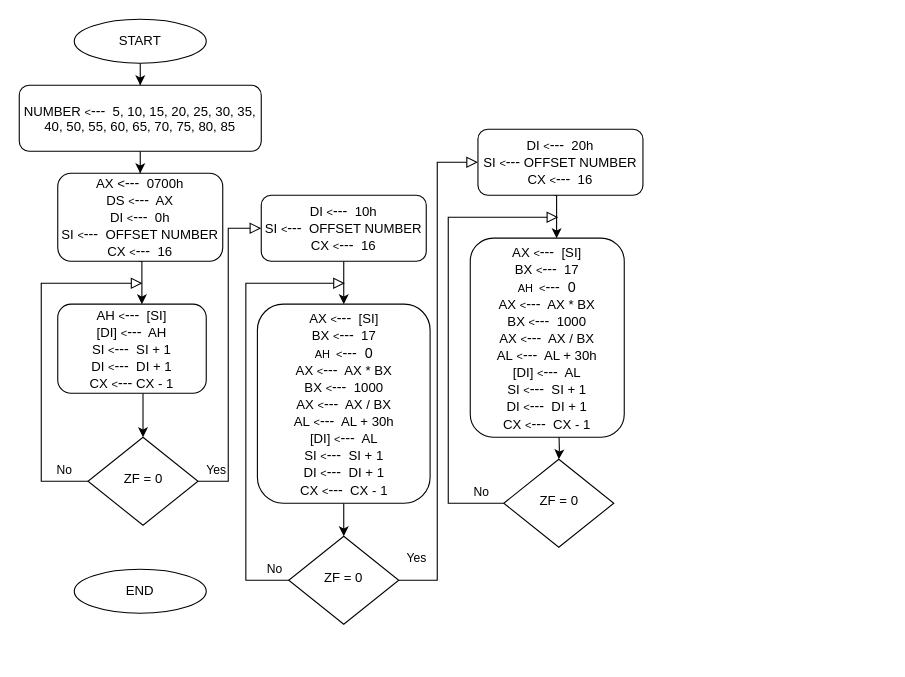
Before: micro4.drawio in mmuurraatt/My-Projects-On-Github, a draw.io diagram. Source tidied: cells renumbered, new cells numbered last; positions are measured from the earlier drawing's top-left corner, leaving out a move shared by most shapes. Both pictures are drawn from the tidied source at 110%, with x=0, y=0 at pixel (19, 19).
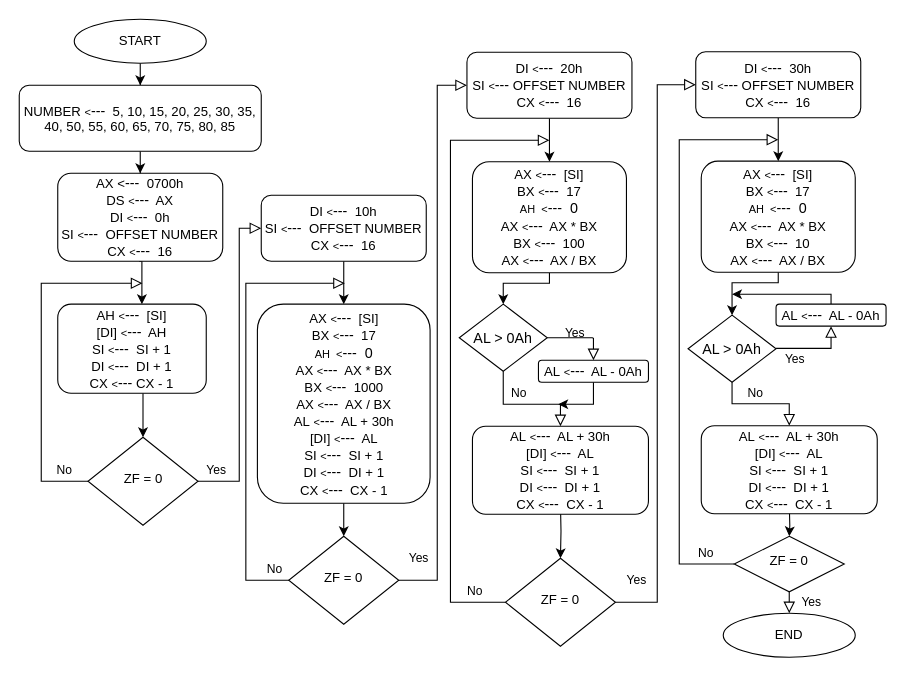
After the change.

The change refers to these unchanged cells:
```xml
<mxCell id="6" value="ZF = 0" style="rhombus;whiteSpace=wrap;html=1;shadow=0;fontFamily=Helvetica;fontSize=12;align=center;strokeWidth=1;spacing=6;spacingTop=-4;" parent="1" vertex="1">
  <mxGeometry x="62.5" y="380" width="100" height="80" as="geometry" />
</mxCell>
<mxCell id="16" value="DI&amp;nbsp;&lt;font style=&quot;font-size: 10px&quot;&gt;&amp;lt;&lt;/font&gt;&lt;font style=&quot;font-size: 13px&quot;&gt;---&lt;/font&gt;&amp;nbsp; 10h&lt;br&gt;SI&amp;nbsp;&lt;font style=&quot;font-size: 10px&quot;&gt;&amp;lt;&lt;/font&gt;&lt;font style=&quot;font-size: 13px&quot;&gt;---&lt;/font&gt;&amp;nbsp; OFFSET NUMBER&lt;br&gt;CX&amp;nbsp;&lt;font style=&quot;font-size: 10px&quot;&gt;&amp;lt;&lt;/font&gt;&lt;font style=&quot;font-size: 13px&quot;&gt;---&lt;/font&gt;&amp;nbsp; 16" style="rounded=1;whiteSpace=wrap;html=1;fontSize=12;glass=0;strokeWidth=1;shadow=0;" parent="1" vertex="1">
  <mxGeometry x="220" y="160" width="150" height="60" as="geometry" />
</mxCell>
<mxCell id="19" value="ZF = 0" style="rhombus;whiteSpace=wrap;html=1;shadow=0;fontFamily=Helvetica;fontSize=12;align=center;strokeWidth=1;spacing=6;spacingTop=-4;" parent="1" vertex="1">
  <mxGeometry x="245" y="470" width="100" height="80" as="geometry" />
</mxCell>
```

What changed in the source:
```diff
@@
     <mxCell id="4" value="Yes" style="rounded=0;html=1;jettySize=auto;fontSize=11;endArrow=block;endFill=0;endSize=8;strokeWidth=1;shadow=0;labelBackgroundColor=none;edgeStyle=orthogonalEdgeStyle;entryX=0;entryY=0.5;entryDx=0;entryDy=0;" parent="1" edge="1" source="6" target="16">
       <mxGeometry x="-0.89" y="10" relative="1" as="geometry">
         <Array as="points">
-          <mxPoint x="190" y="420" />
-          <mxPoint x="190" y="190" />
+          <mxPoint x="200" y="420" />
+          <mxPoint x="200" y="190" />
         </Array>
       </mxGeometry>
     </mxCell>
@@
     <mxCell id="14" value="END" style="ellipse;whiteSpace=wrap;html=1;" parent="1" vertex="1">
-      <mxGeometry x="50" y="500" width="120" height="40" as="geometry" />
+      <mxGeometry x="640" y="540" width="120" height="40" as="geometry" />
     </mxCell>
@@
     <mxCell id="17" value="Yes" style="rounded=0;html=1;jettySize=auto;fontSize=11;endArrow=block;endFill=0;endSize=8;strokeWidth=1;shadow=0;labelBackgroundColor=none;edgeStyle=orthogonalEdgeStyle;entryX=0;entryY=0.5;entryDx=0;entryDy=0;" parent="1" edge="1" source="19" target="24">
       <mxGeometry x="-0.93" y="20" relative="1" as="geometry">
         <Array as="points">
           <mxPoint x="380" y="510" />
-          <mxPoint x="380" y="130" />
+          <mxPoint x="380" y="60" />
         </Array>
       </mxGeometry>
     </mxCell>
@@
-    <mxCell id="23" style="edgeStyle=orthogonalEdgeStyle;rounded=0;orthogonalLoop=1;jettySize=auto;html=1;fontSize=12;" parent="1" edge="1">
-      <mxGeometry relative="1" as="geometry">
-        <mxPoint x="486" y="160" as="sourcePoint" />
-        <mxPoint x="488.5" y="199" as="targetPoint" />
-      </mxGeometry>
-    </mxCell>
+    <mxCell id="30" style="edgeStyle=orthogonalEdgeStyle;rounded=0;jettySize=auto;html=1;fontSize=13;" parent="1" edge="1" source="24" target="29">
+      <mxGeometry relative="1" as="geometry" />
+    </mxCell>
     <mxCell id="24" value="DI&amp;nbsp;&lt;font style=&quot;font-size: 10px&quot;&gt;&amp;lt;&lt;/font&gt;&lt;font style=&quot;font-size: 13px&quot;&gt;---&lt;/font&gt;&amp;nbsp; 20h&lt;br&gt;SI&amp;nbsp;&lt;font style=&quot;font-size: 10px&quot;&gt;&amp;lt;&lt;/font&gt;&lt;font style=&quot;font-size: 13px&quot;&gt;---&lt;/font&gt;&amp;nbsp;OFFSET NUMBER&lt;br&gt;CX&amp;nbsp;&lt;font style=&quot;font-size: 10px&quot;&gt;&amp;lt;&lt;/font&gt;&lt;font style=&quot;font-size: 13px&quot;&gt;---&lt;/font&gt;&amp;nbsp; 16" style="rounded=1;whiteSpace=wrap;html=1;fontSize=12;glass=0;strokeWidth=1;shadow=0;" parent="1" vertex="1">
-      <mxGeometry x="417" y="100" width="150" height="60" as="geometry" />
+      <mxGeometry x="407" y="30" width="150" height="60" as="geometry" />
     </mxCell>
     <mxCell id="25" value="No" style="edgeStyle=orthogonalEdgeStyle;rounded=0;html=1;jettySize=auto;fontSize=11;endArrow=block;endFill=0;endSize=8;strokeWidth=1;shadow=0;labelBackgroundColor=none;exitX=0;exitY=0.5;exitDx=0;exitDy=0;" parent="1" edge="1" source="26">
       <mxGeometry x="-0.9" y="-10" relative="1" as="geometry">
-        <mxPoint x="490" y="180" as="targetPoint" />
+        <mxPoint x="482" y="110" as="targetPoint" />
         <Array as="points">
-          <mxPoint x="390" y="440" />
-          <mxPoint x="390" y="180" />
+          <mxPoint x="392" y="530" />
+          <mxPoint x="392" y="110" />
         </Array>
       </mxGeometry>
     </mxCell>
     <mxCell id="26" value="ZF = 0" style="rhombus;whiteSpace=wrap;html=1;shadow=0;fontFamily=Helvetica;fontSize=12;align=center;strokeWidth=1;spacing=6;spacingTop=-4;" parent="1" vertex="1">
-      <mxGeometry x="440.5" y="400" width="100" height="80" as="geometry" />
+      <mxGeometry x="442" y="490" width="100" height="80" as="geometry" />
     </mxCell>
@@
     <mxCell id="28" style="edgeStyle=orthogonalEdgeStyle;rounded=0;jettySize=auto;html=1;" parent="1" edge="1" target="26">
       <mxGeometry relative="1" as="geometry">
-        <mxPoint x="490.5" y="370" as="sourcePoint" />
+        <mxPoint x="492" y="440" as="sourcePoint" />
       </mxGeometry>
     </mxCell>
+    <mxCell id="31" style="edgeStyle=orthogonalEdgeStyle;rounded=0;jettySize=auto;html=1;fontSize=13;" parent="1" edge="1" source="29" target="32">
+      <mxGeometry relative="1" as="geometry">
+        <Array as="points">
+          <mxPoint x="482" y="240" />
+          <mxPoint x="440" y="240" />
+        </Array>
+      </mxGeometry>
+    </mxCell>
-    <mxCell id="29" value="AX&amp;nbsp;&lt;font style=&quot;font-size: 10px&quot;&gt;&amp;lt;&lt;/font&gt;&lt;font style=&quot;font-size: 13px&quot;&gt;---&lt;/font&gt;&amp;nbsp; [SI]&lt;br&gt;BX&amp;nbsp;&lt;font style=&quot;font-size: 10px&quot;&gt;&amp;lt;&lt;/font&gt;&lt;font style=&quot;font-size: 13px&quot;&gt;---&lt;/font&gt;&amp;nbsp; 17&lt;br&gt;&lt;font style=&quot;font-size: 10px&quot;&gt;AH&amp;nbsp; &amp;lt;&lt;/font&gt;&lt;font style=&quot;font-size: 13px&quot;&gt;---&amp;nbsp; 0&lt;/font&gt;&lt;br&gt;AX&amp;nbsp;&lt;font style=&quot;font-size: 10px&quot;&gt;&amp;lt;&lt;/font&gt;&lt;font style=&quot;font-size: 13px&quot;&gt;---&lt;/font&gt;&amp;nbsp; AX * BX&lt;br&gt;BX&amp;nbsp;&lt;font style=&quot;font-size: 10px&quot;&gt;&amp;lt;&lt;/font&gt;&lt;font style=&quot;font-size: 13px&quot;&gt;---&lt;/font&gt;&amp;nbsp; 1000&lt;br&gt;AX&amp;nbsp;&lt;font style=&quot;font-size: 10px&quot;&gt;&amp;lt;&lt;/font&gt;&lt;font style=&quot;font-size: 13px&quot;&gt;---&lt;/font&gt;&amp;nbsp; AX / BX&lt;br&gt;AL&amp;nbsp;&lt;font style=&quot;font-size: 10px&quot;&gt;&amp;lt;&lt;/font&gt;&lt;font style=&quot;font-size: 13px&quot;&gt;---&lt;/font&gt;&amp;nbsp; AL + 30h&lt;br&gt;[DI]&amp;nbsp;&lt;font style=&quot;font-size: 10px&quot;&gt;&amp;lt;&lt;/font&gt;&lt;font style=&quot;font-size: 13px&quot;&gt;---&lt;/font&gt;&amp;nbsp; AL&lt;br&gt;SI&amp;nbsp;&lt;font style=&quot;font-size: 10px&quot;&gt;&amp;lt;&lt;/font&gt;&lt;font style=&quot;font-size: 13px&quot;&gt;---&lt;/font&gt;&amp;nbsp; SI + 1&lt;br&gt;DI&amp;nbsp;&lt;font style=&quot;font-size: 10px&quot;&gt;&amp;lt;&lt;/font&gt;&lt;font style=&quot;font-size: 13px&quot;&gt;---&lt;/font&gt;&amp;nbsp; DI + 1&lt;br&gt;CX&amp;nbsp;&lt;font style=&quot;font-size: 10px&quot;&gt;&amp;lt;&lt;/font&gt;&lt;font style=&quot;font-size: 13px&quot;&gt;---&lt;/font&gt;&amp;nbsp; CX - 1" style="rounded=1;whiteSpace=wrap;html=1;fontSize=12;glass=0;strokeWidth=1;shadow=0;" parent="1" vertex="1">
-      <mxGeometry x="410" y="199" width="140" height="181" as="geometry" />
+    <mxCell id="29" value="AX&amp;nbsp;&lt;font style=&quot;font-size: 10px&quot;&gt;&amp;lt;&lt;/font&gt;&lt;font style=&quot;font-size: 13px&quot;&gt;---&lt;/font&gt;&amp;nbsp; [SI]&lt;br&gt;BX&amp;nbsp;&lt;font style=&quot;font-size: 10px&quot;&gt;&amp;lt;&lt;/font&gt;&lt;font style=&quot;font-size: 13px&quot;&gt;---&lt;/font&gt;&amp;nbsp; 17&lt;br&gt;&lt;font style=&quot;font-size: 10px&quot;&gt;AH&amp;nbsp; &amp;lt;&lt;/font&gt;&lt;font style=&quot;font-size: 13px&quot;&gt;---&amp;nbsp; 0&lt;/font&gt;&lt;br&gt;AX&amp;nbsp;&lt;font style=&quot;font-size: 10px&quot;&gt;&amp;lt;&lt;/font&gt;&lt;font style=&quot;font-size: 13px&quot;&gt;---&lt;/font&gt;&amp;nbsp; AX * BX&lt;br&gt;BX&amp;nbsp;&lt;font style=&quot;font-size: 10px&quot;&gt;&amp;lt;&lt;/font&gt;&lt;font style=&quot;font-size: 13px&quot;&gt;---&lt;/font&gt;&amp;nbsp; 100&lt;br&gt;AX&amp;nbsp;&lt;font style=&quot;font-size: 10px&quot;&gt;&amp;lt;&lt;/font&gt;&lt;font style=&quot;font-size: 13px&quot;&gt;---&lt;/font&gt;&amp;nbsp; AX / BX" style="rounded=1;whiteSpace=wrap;html=1;fontSize=12;glass=0;strokeWidth=1;shadow=0;" parent="1" vertex="1">
+      <mxGeometry x="412" y="129.5" width="140" height="101" as="geometry" />
     </mxCell>
+    <mxCell id="32" value="AL &amp;gt; 0Ah" style="rhombus;whiteSpace=wrap;html=1;fontSize=13;" parent="1" vertex="1">
+      <mxGeometry x="400" y="259" width="80" height="61" as="geometry" />
+    </mxCell>
+    <mxCell id="33" value="&lt;span style=&quot;font-size: 12px&quot;&gt;AL&amp;nbsp;&lt;/span&gt;&lt;font style=&quot;font-size: 10px&quot;&gt;&amp;lt;&lt;/font&gt;&lt;font&gt;---&lt;/font&gt;&lt;span style=&quot;font-size: 12px&quot;&gt;&amp;nbsp; AL + 30h&lt;/span&gt;&lt;br style=&quot;font-size: 12px&quot;&gt;&lt;span style=&quot;font-size: 12px&quot;&gt;[DI]&amp;nbsp;&lt;/span&gt;&lt;font style=&quot;font-size: 10px&quot;&gt;&amp;lt;&lt;/font&gt;&lt;font&gt;---&lt;/font&gt;&lt;span style=&quot;font-size: 12px&quot;&gt;&amp;nbsp; AL&lt;/span&gt;&lt;br style=&quot;font-size: 12px&quot;&gt;&lt;span style=&quot;font-size: 12px&quot;&gt;SI&amp;nbsp;&lt;/span&gt;&lt;font style=&quot;font-size: 10px&quot;&gt;&amp;lt;&lt;/font&gt;&lt;font&gt;---&lt;/font&gt;&lt;span style=&quot;font-size: 12px&quot;&gt;&amp;nbsp; SI + 1&lt;/span&gt;&lt;br style=&quot;font-size: 12px&quot;&gt;&lt;span style=&quot;font-size: 12px&quot;&gt;DI&amp;nbsp;&lt;/span&gt;&lt;font style=&quot;font-size: 10px&quot;&gt;&amp;lt;&lt;/font&gt;&lt;font&gt;---&lt;/font&gt;&lt;span style=&quot;font-size: 12px&quot;&gt;&amp;nbsp; DI + 1&lt;/span&gt;&lt;br style=&quot;font-size: 12px&quot;&gt;&lt;span style=&quot;font-size: 12px&quot;&gt;CX&amp;nbsp;&lt;/span&gt;&lt;font style=&quot;font-size: 10px&quot;&gt;&amp;lt;&lt;/font&gt;&lt;font&gt;---&lt;/font&gt;&lt;span style=&quot;font-size: 12px&quot;&gt;&amp;nbsp; CX - 1&lt;/span&gt;" style="rounded=1;whiteSpace=wrap;html=1;fontSize=13;" parent="1" vertex="1">
+      <mxGeometry x="412" y="370" width="160" height="80" as="geometry" />
+    </mxCell>
+    <mxCell id="34" value="Yes" style="rounded=0;html=1;jettySize=auto;fontSize=11;endArrow=block;endFill=0;endSize=8;strokeWidth=1;shadow=0;labelBackgroundColor=none;edgeStyle=orthogonalEdgeStyle;exitX=1;exitY=0.5;exitDx=0;exitDy=0;entryX=0.5;entryY=0;entryDx=0;entryDy=0;" parent="1" edge="1" source="32" target="37">
+      <mxGeometry x="-0.2" y="5" relative="1" as="geometry">
+        <Array as="points">
+          <mxPoint x="521" y="289" />
+          <mxPoint x="522" y="290" />
+        </Array>
+      </mxGeometry>
+    </mxCell>
+    <mxCell id="35" value="No" style="edgeStyle=orthogonalEdgeStyle;rounded=0;html=1;jettySize=auto;fontSize=11;endArrow=block;endFill=0;endSize=8;strokeWidth=1;shadow=0;labelBackgroundColor=none;exitX=0.5;exitY=1;exitDx=0;exitDy=0;entryX=0.5;entryY=0;entryDx=0;entryDy=0;" parent="1" edge="1" source="32" target="33">
+      <mxGeometry x="-0.13" y="10" relative="1" as="geometry">
+        <Array as="points">
+          <mxPoint x="440" y="350" />
+          <mxPoint x="492" y="350" />
+        </Array>
+      </mxGeometry>
+    </mxCell>
+    <mxCell id="36" style="edgeStyle=orthogonalEdgeStyle;rounded=0;jettySize=auto;html=1;exitX=0.5;exitY=1;exitDx=0;exitDy=0;fontSize=13;" parent="1" edge="1" source="37">
+      <mxGeometry relative="1" as="geometry">
+        <mxPoint x="490" y="350" as="targetPoint" />
+        <Array as="points">
+          <mxPoint x="521" y="350" />
+          <mxPoint x="490" y="350" />
+        </Array>
+      </mxGeometry>
+    </mxCell>
+    <mxCell id="37" value="AL&amp;nbsp;&lt;font style=&quot;font-size: 10px&quot;&gt;&amp;lt;&lt;/font&gt;&lt;font style=&quot;font-size: 13px&quot;&gt;---&lt;/font&gt;&amp;nbsp; AL - 0Ah" style="rounded=1;whiteSpace=wrap;html=1;fontSize=12;glass=0;strokeWidth=1;shadow=0;" parent="1" vertex="1">
+      <mxGeometry x="472" y="310" width="100" height="20" as="geometry" />
+    </mxCell>
+    <mxCell id="38" style="edgeStyle=orthogonalEdgeStyle;rounded=0;jettySize=auto;html=1;fontSize=13;" parent="1" edge="1" source="39" target="45">
+      <mxGeometry relative="1" as="geometry" />
+    </mxCell>
+    <mxCell id="39" value="DI&amp;nbsp;&lt;font style=&quot;font-size: 10px&quot;&gt;&amp;lt;&lt;/font&gt;&lt;font style=&quot;font-size: 13px&quot;&gt;---&lt;/font&gt;&amp;nbsp; 30h&lt;br&gt;SI&amp;nbsp;&lt;font style=&quot;font-size: 10px&quot;&gt;&amp;lt;&lt;/font&gt;&lt;font style=&quot;font-size: 13px&quot;&gt;---&lt;/font&gt;&amp;nbsp;OFFSET NUMBER&lt;br&gt;CX&amp;nbsp;&lt;font style=&quot;font-size: 10px&quot;&gt;&amp;lt;&lt;/font&gt;&lt;font style=&quot;font-size: 13px&quot;&gt;---&lt;/font&gt;&amp;nbsp; 16" style="rounded=1;whiteSpace=wrap;html=1;fontSize=12;glass=0;strokeWidth=1;shadow=0;" parent="1" vertex="1">
+      <mxGeometry x="615" y="29.5" width="150" height="60" as="geometry" />
+    </mxCell>
+    <mxCell id="40" value="No" style="edgeStyle=orthogonalEdgeStyle;rounded=0;html=1;jettySize=auto;orthogonalLoop=1;fontSize=11;endArrow=block;endFill=0;endSize=8;strokeWidth=1;shadow=0;labelBackgroundColor=none;exitX=0;exitY=0.5;exitDx=0;exitDy=0;" parent="1" edge="1">
+      <mxGeometry x="-0.9" y="-10" relative="1" as="geometry">
+        <mxPoint x="650" y="495.2" as="sourcePoint" />
+        <mxPoint x="690" y="109.5" as="targetPoint" />
+        <Array as="points">
+          <mxPoint x="600" y="495" />
+          <mxPoint x="600" y="110" />
+        </Array>
+      </mxGeometry>
+    </mxCell>
+    <mxCell id="41" value="ZF = 0" style="rhombus;whiteSpace=wrap;html=1;shadow=0;fontFamily=Helvetica;fontSize=12;align=center;strokeWidth=1;spacing=6;spacingTop=-4;" parent="1" vertex="1">
+      <mxGeometry x="650" y="470" width="100" height="50.5" as="geometry" />
+    </mxCell>
+    <mxCell id="42" style="edgeStyle=orthogonalEdgeStyle;rounded=0;orthogonalLoop=1;jettySize=auto;html=1;exitX=0.5;exitY=1;exitDx=0;exitDy=0;fontSize=9;" parent="1" edge="1" source="39" target="39">
+      <mxGeometry relative="1" as="geometry" />
+    </mxCell>
+    <mxCell id="43" style="edgeStyle=orthogonalEdgeStyle;rounded=0;jettySize=auto;html=1;" parent="1" edge="1" target="41">
+      <mxGeometry relative="1" as="geometry">
+        <mxPoint x="700" y="439.5" as="sourcePoint" />
+      </mxGeometry>
+    </mxCell>
+    <mxCell id="44" style="edgeStyle=orthogonalEdgeStyle;rounded=0;jettySize=auto;html=1;fontSize=13;" parent="1" edge="1" source="45" target="46">
+      <mxGeometry relative="1" as="geometry">
+        <Array as="points">
+          <mxPoint x="690" y="239.5" />
+          <mxPoint x="648" y="239.5" />
+        </Array>
+      </mxGeometry>
+    </mxCell>
+    <mxCell id="45" value="AX&amp;nbsp;&lt;font style=&quot;font-size: 10px&quot;&gt;&amp;lt;&lt;/font&gt;&lt;font style=&quot;font-size: 13px&quot;&gt;---&lt;/font&gt;&amp;nbsp; [SI]&lt;br&gt;BX&amp;nbsp;&lt;font style=&quot;font-size: 10px&quot;&gt;&amp;lt;&lt;/font&gt;&lt;font style=&quot;font-size: 13px&quot;&gt;---&lt;/font&gt;&amp;nbsp; 17&lt;br&gt;&lt;font style=&quot;font-size: 10px&quot;&gt;AH&amp;nbsp; &amp;lt;&lt;/font&gt;&lt;font style=&quot;font-size: 13px&quot;&gt;---&amp;nbsp; 0&lt;/font&gt;&lt;br&gt;AX&amp;nbsp;&lt;font style=&quot;font-size: 10px&quot;&gt;&amp;lt;&lt;/font&gt;&lt;font style=&quot;font-size: 13px&quot;&gt;---&lt;/font&gt;&amp;nbsp; AX * BX&lt;br&gt;BX&amp;nbsp;&lt;font style=&quot;font-size: 10px&quot;&gt;&amp;lt;&lt;/font&gt;&lt;font style=&quot;font-size: 13px&quot;&gt;---&lt;/font&gt;&amp;nbsp; 10&lt;br&gt;AX&amp;nbsp;&lt;font style=&quot;font-size: 10px&quot;&gt;&amp;lt;&lt;/font&gt;&lt;font style=&quot;font-size: 13px&quot;&gt;---&lt;/font&gt;&amp;nbsp; AX / BX" style="rounded=1;whiteSpace=wrap;html=1;fontSize=12;glass=0;strokeWidth=1;shadow=0;" parent="1" vertex="1">
+      <mxGeometry x="620" y="129" width="140" height="101" as="geometry" />
+    </mxCell>
+    <mxCell id="46" value="AL &amp;gt; 0Ah" style="rhombus;whiteSpace=wrap;html=1;fontSize=13;" parent="1" vertex="1">
+      <mxGeometry x="608" y="269" width="80" height="61" as="geometry" />
+    </mxCell>
+    <mxCell id="47" value="&lt;span style=&quot;font-size: 12px&quot;&gt;AL&amp;nbsp;&lt;/span&gt;&lt;font style=&quot;font-size: 10px&quot;&gt;&amp;lt;&lt;/font&gt;&lt;font&gt;---&lt;/font&gt;&lt;span style=&quot;font-size: 12px&quot;&gt;&amp;nbsp; AL + 30h&lt;/span&gt;&lt;br style=&quot;font-size: 12px&quot;&gt;&lt;span style=&quot;font-size: 12px&quot;&gt;[DI]&amp;nbsp;&lt;/span&gt;&lt;font style=&quot;font-size: 10px&quot;&gt;&amp;lt;&lt;/font&gt;&lt;font&gt;---&lt;/font&gt;&lt;span style=&quot;font-size: 12px&quot;&gt;&amp;nbsp; AL&lt;/span&gt;&lt;br style=&quot;font-size: 12px&quot;&gt;&lt;span style=&quot;font-size: 12px&quot;&gt;SI&amp;nbsp;&lt;/span&gt;&lt;font style=&quot;font-size: 10px&quot;&gt;&amp;lt;&lt;/font&gt;&lt;font&gt;---&lt;/font&gt;&lt;span style=&quot;font-size: 12px&quot;&gt;&amp;nbsp; SI + 1&lt;/span&gt;&lt;br style=&quot;font-size: 12px&quot;&gt;&lt;span style=&quot;font-size: 12px&quot;&gt;DI&amp;nbsp;&lt;/span&gt;&lt;font style=&quot;font-size: 10px&quot;&gt;&amp;lt;&lt;/font&gt;&lt;font&gt;---&lt;/font&gt;&lt;span style=&quot;font-size: 12px&quot;&gt;&amp;nbsp; DI + 1&lt;/span&gt;&lt;br style=&quot;font-size: 12px&quot;&gt;&lt;span style=&quot;font-size: 12px&quot;&gt;CX&amp;nbsp;&lt;/span&gt;&lt;font style=&quot;font-size: 10px&quot;&gt;&amp;lt;&lt;/font&gt;&lt;font&gt;---&lt;/font&gt;&lt;span style=&quot;font-size: 12px&quot;&gt;&amp;nbsp; CX - 1&lt;/span&gt;" style="rounded=1;whiteSpace=wrap;html=1;fontSize=13;" parent="1" vertex="1">
+      <mxGeometry x="620" y="369.5" width="160" height="80" as="geometry" />
+    </mxCell>
+    <mxCell id="48" value="Yes" style="rounded=0;html=1;jettySize=auto;fontSize=11;endArrow=block;endFill=0;endSize=8;strokeWidth=1;shadow=0;labelBackgroundColor=none;edgeStyle=orthogonalEdgeStyle;exitX=1;exitY=0.5;exitDx=0;exitDy=0;entryX=0.5;entryY=1;entryDx=0;entryDy=0;" parent="1" edge="1" target="51">
+      <mxGeometry x="-0.52" y="-10" relative="1" as="geometry">
+        <mxPoint x="688" y="299.2" as="sourcePoint" />
+        <Array as="points">
+          <mxPoint x="738" y="299" />
+        </Array>
+      </mxGeometry>
+    </mxCell>
+    <mxCell id="49" value="No" style="edgeStyle=orthogonalEdgeStyle;rounded=0;html=1;jettySize=auto;fontSize=11;endArrow=block;endFill=0;endSize=8;strokeWidth=1;shadow=0;labelBackgroundColor=none;exitX=0.5;exitY=1;exitDx=0;exitDy=0;entryX=0.5;entryY=0;entryDx=0;entryDy=0;" parent="1" edge="1" source="46" target="47">
+      <mxGeometry x="-0.13" y="10" relative="1" as="geometry">
+        <Array as="points">
+          <mxPoint x="648" y="349.5" />
+          <mxPoint x="700" y="349.5" />
+        </Array>
+      </mxGeometry>
+    </mxCell>
+    <mxCell id="50" style="edgeStyle=orthogonalEdgeStyle;rounded=0;orthogonalLoop=1;jettySize=auto;html=1;fontSize=13;" parent="1" edge="1">
+      <mxGeometry relative="1" as="geometry">
+        <mxPoint x="738" y="259" as="sourcePoint" />
+        <mxPoint x="648" y="250" as="targetPoint" />
+        <Array as="points">
+          <mxPoint x="738" y="250" />
+        </Array>
+      </mxGeometry>
+    </mxCell>
+    <mxCell id="51" value="AL&amp;nbsp;&lt;font style=&quot;font-size: 10px&quot;&gt;&amp;lt;&lt;/font&gt;&lt;font style=&quot;font-size: 13px&quot;&gt;---&lt;/font&gt;&amp;nbsp; AL - 0Ah" style="rounded=1;whiteSpace=wrap;html=1;fontSize=12;glass=0;strokeWidth=1;shadow=0;" parent="1" vertex="1">
+      <mxGeometry x="688" y="259" width="100" height="20" as="geometry" />
+    </mxCell>
+    <mxCell id="52" value="Yes" style="rounded=0;html=1;jettySize=auto;fontSize=11;endArrow=block;endFill=0;endSize=8;strokeWidth=1;shadow=0;labelBackgroundColor=none;edgeStyle=orthogonalEdgeStyle;entryX=0;entryY=0.5;entryDx=0;entryDy=0;" parent="1" edge="1" target="39">
+      <mxGeometry x="-0.93" y="20" relative="1" as="geometry">
+        <mxPoint x="542" y="530" as="sourcePoint" />
+        <Array as="points">
+          <mxPoint x="580" y="530" />
+          <mxPoint x="580" y="60" />
+        </Array>
+      </mxGeometry>
+    </mxCell>
+    <mxCell id="53" value="Yes" style="rounded=0;html=1;jettySize=auto;fontSize=11;endArrow=block;endFill=0;endSize=8;strokeWidth=1;shadow=0;labelBackgroundColor=none;edgeStyle=orthogonalEdgeStyle;entryX=0.5;entryY=0;entryDx=0;entryDy=0;exitX=0.5;exitY=1;exitDx=0;exitDy=0;" parent="1" edge="1" source="41" target="14">
+      <mxGeometry x="-0.03" y="20" relative="1" as="geometry">
+        <Array as="points">
+          <mxPoint x="700" y="530" />
+          <mxPoint x="700" y="530" />
+        </Array>
+      </mxGeometry>
+    </mxCell>
```
